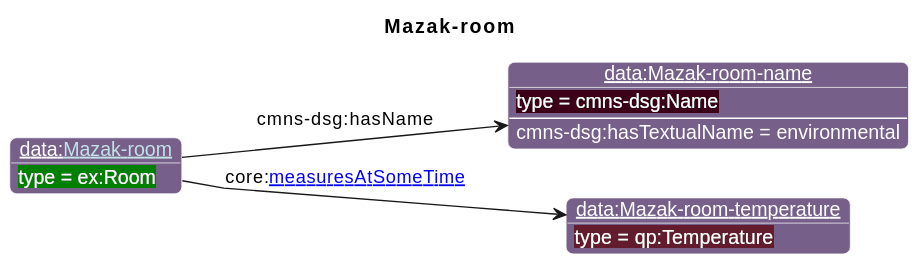
Before: diagrams/Mazak-room.svg, a diagram exported from PlantUML (iofoundry/example-syseng-mtconnect).
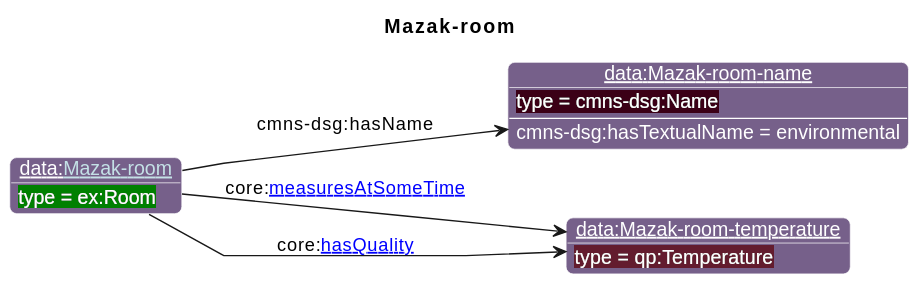
Above is the later version.

Diff of the diagram source:
```diff
@@ -25,4 +25,5 @@
 property(o1, cmns-dsg:hasName, o2)
 data(o2, cmns-dsg:hasTextualName, environmental)
 property(o1, core:[[https://spec.industrialontologies.org/ontology/core/Core/measuresAtSomeTime measuresAtSomeTime]], o3)
+property(o1, core:[[https://spec.industrialontologies.org/ontology/core/Core/hasQuality hasQuality]], o3)
 @enduml
```
